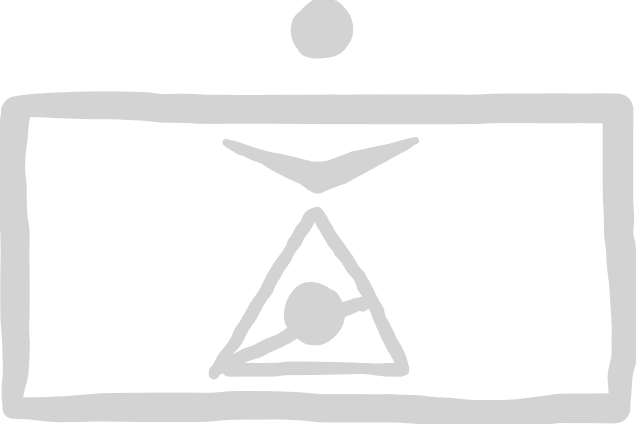
Earlier version of the Excalidraw export factions/nato-symbols/blufor/art-recon-drone.excalidraw.png (christsven/H.E.A.T). Source tidied: one line per element, renumbered; positions are measured from the earlier drawing's top-left corner, leaving out a move shared by most shapes.
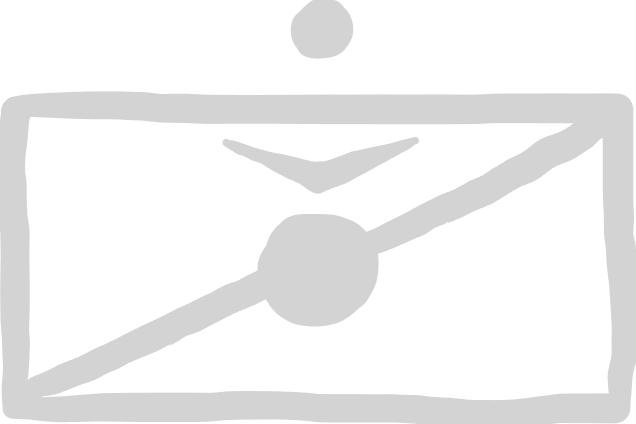
Later version of the same file.

Diff of the diagram source:
```diff
@@ -5,6 +5,7 @@
 {"id": 4, "type": "freedraw", "strokeColor": "#1e1e1e", "strokeWidth": 4, "roughness": 1, "x": 310, "y": 14, "width": 27, "height": 21, "points": [[0, 0], [-8, 1], [-9, 9], [-5, 13], [2, 15], [8, 12], [10, 5], [6, -1], [-2, -1], [-8, 1], [-9, 9], [-2, 12], [5, 12], [10, 8], [10, 0], [4, -3], [-5, -3], [-12, -2], [-14, 6], [-14, 13], [-10, 18], [-2, 18], [7, 17], [11, 11], [13, 5], [12, -1], [4, -3]]}
 {"id": 5, "type": "freedraw", "strokeColor": "#1e1e1e", "strokeWidth": 4, "roughness": 1, "x": 294, "y": 12, "width": 36, "height": 34, "points": [[0, 0], [1, -1], [4, -4], [6, -7], [7, -9], [10, -10], [12, -12], [15, -12], [18, -12], [21, -12], [24, -12], [27, -12], [28, -11], [31, -8], [33, -6], [33, -3], [34, -2], [34, 1], [36, 4], [36, 7], [36, 10], [36, 13], [35, 15], [33, 16], [32, 18], [29, 19], [27, 21], [24, 22], [21, 22], [18, 22], [15, 22], [12, 22], [9, 22], [8, 21], [6, 21]]}
 {"id": 6, "type": "freedraw", "strokeColor": "#1e1e1e", "backgroundColor": "#1e1e1e", "fillStyle": "solid", "strokeWidth": 1, "roughness": 1, "x": 216, "y": 133, "width": 190, "height": 49, "points": [[0, -1], [22, 5], [56, 14], [83, 20], [96, 22], [122, 13], [146, 7], [170, 2], [183, -1], [187, -1], [174, 7], [160, 14], [144, 23], [129, 31], [117, 37], [105, 42], [95, 47], [83, 43], [70, 35], [58, 29], [47, 23], [36, 17], [23, 12], [12, 7], [3, 1]]}
-{"id": 7, "type": "freedraw", "strokeColor": "#1e1e1e", "strokeWidth": 2, "roughness": 1, "x": 204, "y": 312, "width": 192, "height": 164, "points": [[0, 52], [11, 33], [25, 14], [40, -11], [54, -33], [65, -55], [75, -73], [84, -87], [94, -103], [103, -111], [116, -89], [127, -71], [136, -55], [149, -37], [159, -18], [168, 2], [178, 20], [187, 41], [182, 47], [138, 46], [111, 46], [90, 46], [67, 47], [40, 47], [19, 47]]}
-{"id": 8, "type": "freedraw", "strokeColor": "#1e1e1e", "strokeWidth": 4, "roughness": 1, "x": 312, "y": 285, "width": 33, "height": 38, "points": [[0, 0], [-8, -3], [-17, -2], [-22, 5], [-25, 14], [-25, 25], [-18, 31], [-7, 32], [3, 30], [6, 22], [5, 13], [-5, 12], [-13, 14], [-12, 23], [-3, 26], [5, 25], [5, 18], [1, 10], [-3, 7], [6, 11], [8, 20], [5, 29], [-1, 34], [-10, 35], [-17, 31], [-20, 24], [-18, 15], [-10, 12]]}
-{"id": 9, "type": "freedraw", "strokeColor": "#1e1e1e", "strokeWidth": 2, "roughness": 1, "x": 204, "y": 361, "width": 149, "height": 67, "points": [[0, 0], [5, -1], [11, -6], [15, -7], [20, -10], [27, -13], [33, -16], [39, -18], [44, -19], [50, -24], [56, -27], [62, -28], [66, -31], [72, -34], [81, -40], [89, -45], [95, -48], [101, -49], [107, -52], [113, -54], [119, -57], [125, -60], [131, -61], [137, -64], [141, -66], [146, -67]]}
+{"id": 10, "type": "freedraw", "strokeColor": "#1e1e1e", "strokeWidth": 4, "roughness": 1, "x": 318, "y": 241, "width": 67, "height": 60, "points": [[0, 0], [-14, 0], [-28, 6], [-34, 19], [-34, 36], [-28, 49], [-15, 54], [3, 54], [18, 45], [26, 32], [26, 17], [22, 3], [7, -3], [-8, -6], [-22, -2], [-35, 10], [-41, 24], [-39, 37], [-19, 46], [-4, 45], [5, 30], [1, 17], [-16, 22], [-12, 34], [6, 24]]}
+{"id": 11, "type": "freedraw", "strokeColor": "#1e1e1e", "strokeWidth": 4, "roughness": 1, "x": 10, "y": 392, "width": 317, "height": 148, "points": [[0, 0], [5, -8], [13, -14], [28, -19], [40, -23], [53, -28], [62, -32], [74, -37], [86, -44], [98, -49], [110, -55], [124, -61], [139, -68], [149, -73], [160, -79], [172, -85], [182, -89], [194, -95], [205, -100], [217, -106], [230, -112], [242, -118], [256, -125], [269, -130], [289, -136], [299, -142], [314, -148]]}
+{"id": 12, "type": "freedraw", "strokeColor": "#1e1e1e", "strokeWidth": 4, "roughness": 1, "x": 327, "y": 244, "width": 267, "height": 132, "points": [[0, 0], [9, -3], [18, -6], [27, -9], [36, -12], [45, -16], [56, -19], [65, -24], [77, -30], [87, -34], [95, -40], [104, -45], [114, -48], [122, -52], [131, -55], [146, -63], [155, -67], [168, -76], [176, -81], [189, -85], [206, -97], [213, -103], [227, -106], [240, -114], [249, -123], [258, -132], [267, -132]]}
+{"id": 13, "type": "freedraw", "strokeColor": "#1e1e1e", "strokeWidth": 4, "roughness": 1, "x": 350, "y": 262, "width": 90, "height": 81, "points": [[0, 0], [2, -19], [-10, -28], [-23, -33], [-39, -37], [-54, -36], [-68, -31], [-78, -23], [-85, -10], [-87, 5], [-80, 22], [-70, 31], [-55, 38], [-39, 39], [-22, 35], [-11, 26], [-2, 15], [3, -1], [3, -20], [-8, -35], [-24, -42], [-39, -43], [-59, -43], [-71, -37], [-78, -24], [-80, -8]]}
```
